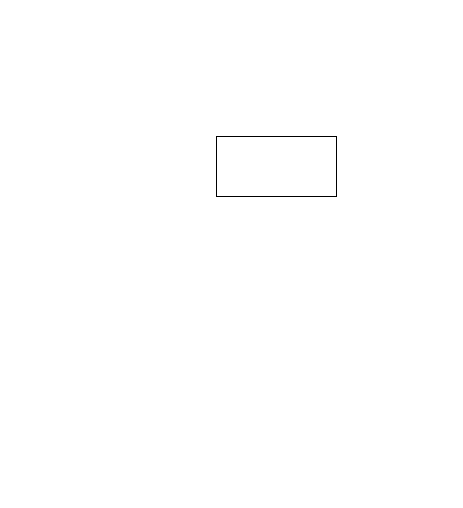
The draw.io diagram Untitled Diagram.drawio in kenho811/home_data_centre_public_mirror, before the edit. Source tidied: cells renumbered, new cells numbered last; positions are measured from the earlier drawing's top-left corner, leaving out a move shared by most shapes. Both pictures are drawn from the tidied source at 100%, with x=0, y=0 at pixel (216, 136).
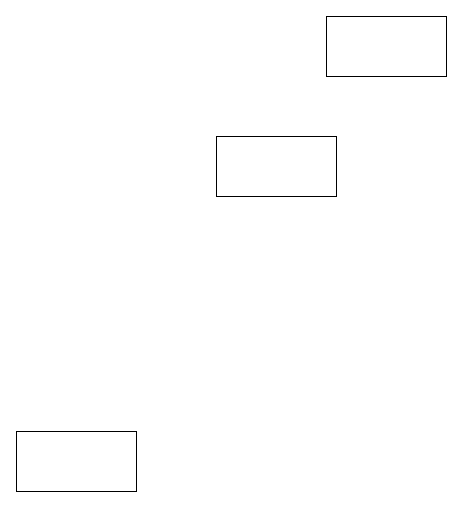
After the change.

What changed in the source:
```diff
@@
 <mxGraphModel>
   <root>
     <mxCell id="0" />
     <mxCell id="1" parent="0" />
     <mxCell id="2" style="rounded=0;whiteSpace=wrap;html=1;" parent="1" vertex="1">
       <mxGeometry width="120" height="60" as="geometry" />
     </mxCell>
+    <mxCell id="3" style="rounded=0;whiteSpace=wrap;html=1;" parent="1" vertex="1">
+      <mxGeometry x="110" y="-120" width="120" height="60" as="geometry" />
+    </mxCell>
+    <mxCell id="4" style="rounded=0;whiteSpace=wrap;html=1;" parent="1" vertex="1">
+      <mxGeometry x="-200" y="295" width="120" height="60" as="geometry" />
+    </mxCell>
   </root>
 </mxGraphModel>
```
